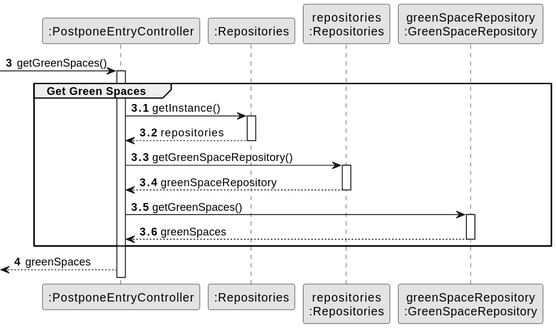
Departamento-de-Engenharia-Informatica/lei-24-s2-1dm-g132 keeps this PlantUML diagram as docs/sprintC/us024/03.design/svg/us024-sequence-diagram-partial-get-green-spaces.svg. Above is the earlier version. Source of this version:
```plantuml
@startuml
skinparam monochrome true
skinparam packageStyle rectangle
skinparam shadowing false

participant ":PostponeEntryController" as CTRL
participant ":Repositories" as RepositorySingleton
participant "repositories\n:Repositories" as PLAT
participant "greenSpaceRepository\n:GreenSpaceRepository" as GreenSpaceRepository

autonumber 3
-> CTRL : getGreenSpaces()

autonumber 3.1

activate CTRL
    group Get Green Spaces
           CTRL -> RepositorySingleton : getInstance()
           activate RepositorySingleton

           RepositorySingleton --> CTRL: repositories
           deactivate RepositorySingleton

           CTRL -> PLAT : getGreenSpaceRepository()
           activate PLAT

           PLAT --> CTRL: greenSpaceRepository
           deactivate PLAT

           CTRL -> GreenSpaceRepository : getGreenSpaces()
           activate GreenSpaceRepository

           GreenSpaceRepository --> CTRL : greenSpaces
           deactivate GreenSpaceRepository

end group
autonumber 4
<-- CTRL : greenSpaces
@enduml
```
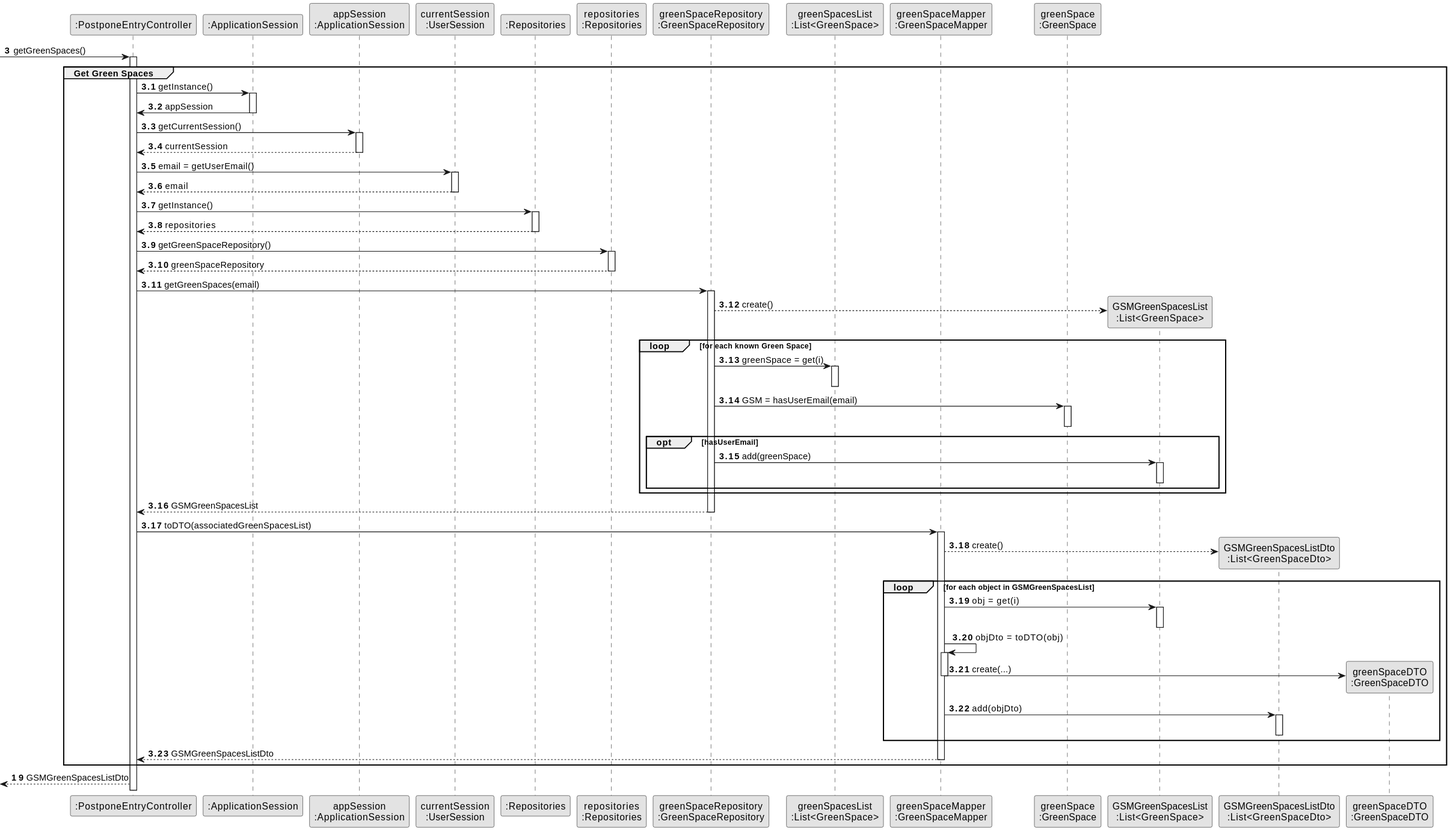
Later version of the same file.

What changed in the source:
```diff
@@ -4,9 +4,18 @@
 skinparam shadowing false
 
 participant ":PostponeEntryController" as CTRL
+participant ":ApplicationSession" as _APP
+participant "appSession\n:ApplicationSession" as APP
+participant "currentSession\n:UserSession" as SESSION
 participant ":Repositories" as RepositorySingleton
 participant "repositories\n:Repositories" as PLAT
 participant "greenSpaceRepository\n:GreenSpaceRepository" as GreenSpaceRepository
+participant "greenSpacesList\n:List<GreenSpace>" as greenSpacesList
+participant "greenSpaceMapper\n:GreenSpaceMapper" as GreenSpaceMapper
+participant "greenSpace\n:GreenSpace" as greenSpace
+participant "GSMGreenSpacesList\n:List<GreenSpace>" as GSMGreenSpacesList
+participant "GSMGreenSpacesListDto\n:List<GreenSpaceDto>" as GSMGreenSpacesListDto
+participant "greenSpaceDTO\n:GreenSpaceDTO" as greenSpaceDTO
 
 autonumber 3
 -> CTRL : getGreenSpaces()
@@ -15,6 +24,25 @@
 
 activate CTRL
     group Get Green Spaces
+
+           CTRL -> _APP: getInstance()
+           activate _APP
+
+           _APP -> CTRL: appSession
+           deactivate _APP
+
+           CTRL -> APP: getCurrentSession()
+           activate APP
+
+           APP --> CTRL: currentSession
+           deactivate APP
+
+           CTRL -> SESSION: email = getUserEmail()
+           activate SESSION
+
+           SESSION --> CTRL: email
+           deactivate SESSION
+
            CTRL -> RepositorySingleton : getInstance()
            activate RepositorySingleton
 
@@ -24,16 +52,63 @@
            CTRL -> PLAT : getGreenSpaceRepository()
            activate PLAT
 
-           PLAT --> CTRL: greenSpaceRepository
+           PLAT --> CTRL : greenSpaceRepository
            deactivate PLAT
 
-           CTRL -> GreenSpaceRepository : getGreenSpaces()
+           CTRL -> GreenSpaceRepository : getGreenSpaces(email)
            activate GreenSpaceRepository
 
-           GreenSpaceRepository --> CTRL : greenSpaces
+           GreenSpaceRepository --> GSMGreenSpacesList** : create()
+
+           loop for each known Green Space
+           GreenSpaceRepository -> greenSpacesList : greenSpace = get(i)
+           activate greenSpacesList
+           deactivate greenSpacesList
+
+           GreenSpaceRepository -> greenSpace : GSM = hasUserEmail(email)
+           activate greenSpace
+           deactivate greenSpace
+
+           opt hasUserEmail
+           GreenSpaceRepository -> GSMGreenSpacesList : add(greenSpace)
+           activate GSMGreenSpacesList
+           deactivate GSMGreenSpacesList
+           end opt
+
+           end loop
+
+           GreenSpaceRepository --> CTRL : GSMGreenSpacesList
            deactivate GreenSpaceRepository
 
+           CTRL -> GreenSpaceMapper : toDTO(associatedGreenSpacesList)
+           activate GreenSpaceMapper
+
+           GreenSpaceMapper --> GSMGreenSpacesListDto** : create()
+
+           loop for each object in GSMGreenSpacesList
+           GreenSpaceMapper -> GSMGreenSpacesList : obj = get(i)
+           activate GSMGreenSpacesList
+
+           deactivate GSMGreenSpacesList
+
+           GreenSpaceMapper -> GreenSpaceMapper : objDto = toDTO(obj)
+           activate GreenSpaceMapper
+
+           GreenSpaceMapper -> greenSpaceDTO** :create(...)
+           deactivate GreenSpaceMapper
+
+           GreenSpaceMapper -> GSMGreenSpacesListDto : add(objDto)
+           activate GSMGreenSpacesListDto
+
+           deactivate GSMGreenSpacesListDto
+
+           end loop
+
+           GreenSpaceMapper --> CTRL : GSMGreenSpacesListDto
+           deactivate GreenSpaceMapper
+
+
 end group
-autonumber 4
-<-- CTRL : greenSpaces
+autonumber 19
+<-- CTRL : GSMGreenSpacesListDto
 @enduml
```
